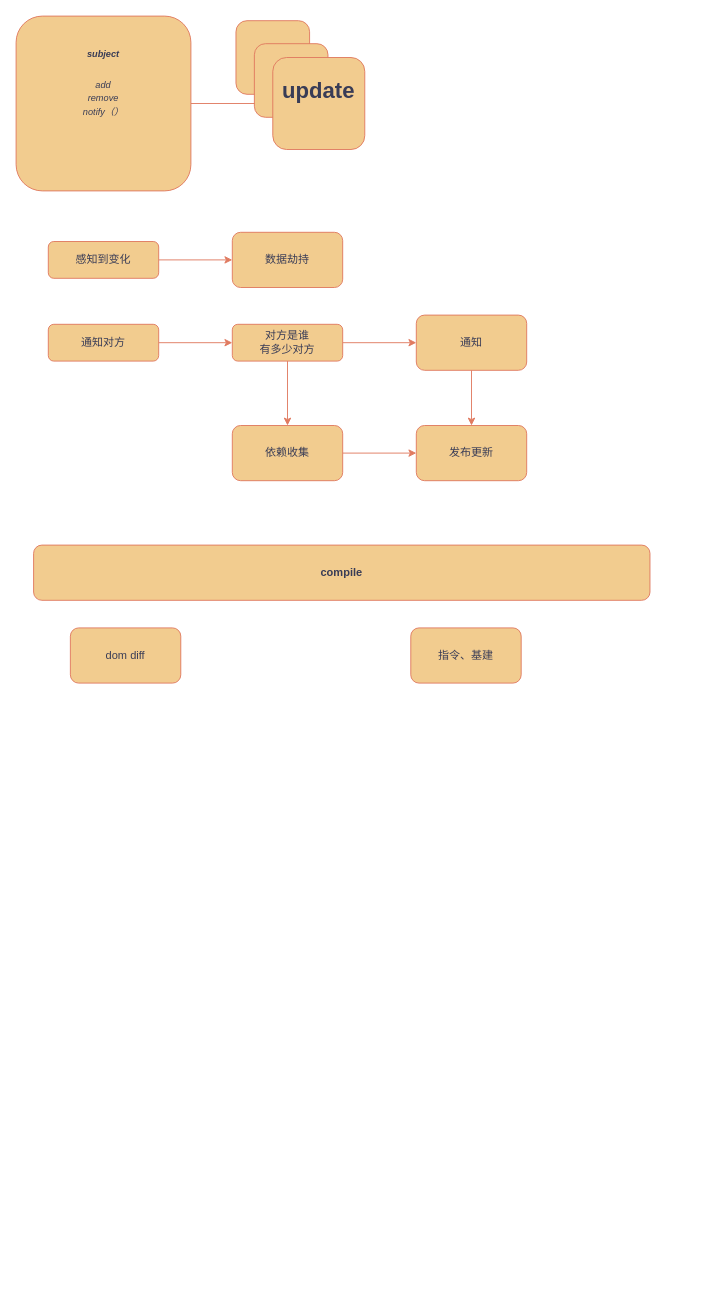
corn12138/material-kit-react keeps this draw.io diagram as public/未命名绘图.drawio. Above is the earlier version. Source tidied: cells renumbered, new cells numbered last; positions are measured from the earlier drawing's top-left corner, leaving out a move shared by most shapes. Both pictures are drawn from the tidied source at 92%, with x=0, y=0 at pixel (16, 16).
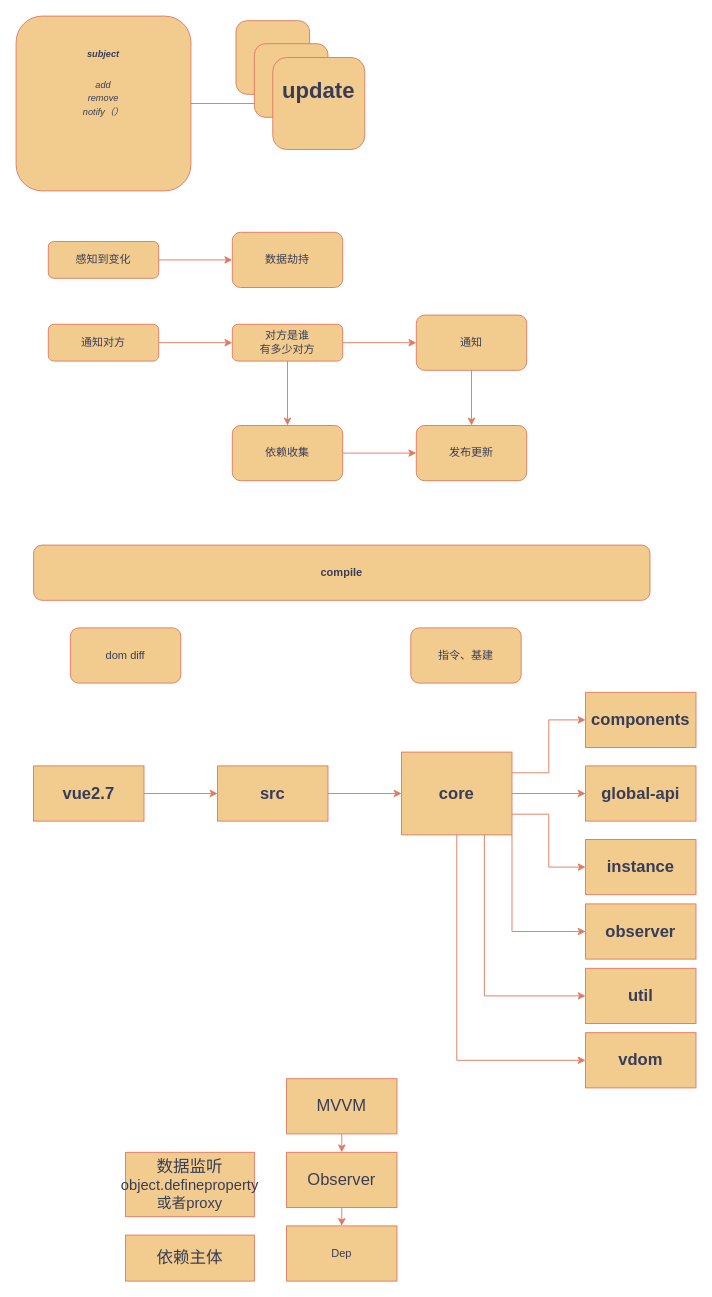
After the change.

Commit message (it also covers changes not shown here):
更新未命名绘图.drawio

The edit, as a diff of the source:
```diff
@@
+    <mxCell id="23" style="edgeStyle=orthogonalEdgeStyle;rounded=0;jettySize=auto;html=1;strokeColor=#E07A5F;fontColor=#393C56;fillColor=#F2CC8F;" parent="1" edge="1" source="24" target="26">
+      <mxGeometry relative="1" as="geometry" />
+    </mxCell>
+    <mxCell id="24" value="&lt;font style=&quot;font-size: 18px;&quot;&gt;&lt;b&gt;vue2.7&lt;/b&gt;&lt;/font&gt;" style="rounded=0;whiteSpace=wrap;html=1;strokeColor=#E07A5F;fontColor=#393C56;fillColor=#F2CC8F;" parent="1" vertex="1">
+      <mxGeometry x="19" y="815" width="120" height="60" as="geometry" />
+    </mxCell>
+    <mxCell id="25" style="edgeStyle=orthogonalEdgeStyle;rounded=0;jettySize=auto;html=1;strokeColor=#E07A5F;fontColor=#393C56;fillColor=#F2CC8F;" parent="1" edge="1" source="26" target="33">
+      <mxGeometry relative="1" as="geometry" />
+    </mxCell>
+    <mxCell id="26" value="&lt;font style=&quot;font-size: 18px;&quot;&gt;&lt;b&gt;src&lt;/b&gt;&lt;/font&gt;" style="rounded=0;whiteSpace=wrap;html=1;strokeColor=#E07A5F;fontColor=#393C56;fillColor=#F2CC8F;" parent="1" vertex="1">
+      <mxGeometry x="219" y="815" width="120" height="60" as="geometry" />
+    </mxCell>
+    <mxCell id="27" style="edgeStyle=orthogonalEdgeStyle;rounded=0;jettySize=auto;html=1;strokeColor=#E07A5F;fontColor=#393C56;fillColor=#F2CC8F;" parent="1" edge="1" source="33" target="34">
+      <mxGeometry relative="1" as="geometry" />
+    </mxCell>
+    <mxCell id="28" style="edgeStyle=orthogonalEdgeStyle;rounded=0;jettySize=auto;html=1;exitX=1;exitY=0.75;exitDx=0;exitDy=0;entryX=0;entryY=0.5;entryDx=0;entryDy=0;strokeColor=#E07A5F;fontColor=#393C56;fillColor=#F2CC8F;" parent="1" edge="1" source="33" target="36">
+      <mxGeometry relative="1" as="geometry" />
+    </mxCell>
+    <mxCell id="29" style="edgeStyle=orthogonalEdgeStyle;rounded=0;jettySize=auto;html=1;exitX=1;exitY=0.25;exitDx=0;exitDy=0;entryX=0;entryY=0.5;entryDx=0;entryDy=0;strokeColor=#E07A5F;fontColor=#393C56;fillColor=#F2CC8F;" parent="1" edge="1" source="33" target="35">
+      <mxGeometry relative="1" as="geometry" />
+    </mxCell>
+    <mxCell id="30" style="edgeStyle=orthogonalEdgeStyle;rounded=0;jettySize=auto;html=1;exitX=1;exitY=1;exitDx=0;exitDy=0;strokeColor=#E07A5F;fontColor=#393C56;fillColor=#F2CC8F;entryX=0;entryY=0.5;entryDx=0;entryDy=0;" parent="1" edge="1" source="33" target="38">
+      <mxGeometry relative="1" as="geometry" />
+    </mxCell>
+    <mxCell id="31" style="edgeStyle=orthogonalEdgeStyle;rounded=0;jettySize=auto;html=1;exitX=0.75;exitY=1;exitDx=0;exitDy=0;entryX=0;entryY=0.5;entryDx=0;entryDy=0;strokeColor=#E07A5F;fontColor=#393C56;fillColor=#F2CC8F;" parent="1" edge="1" source="33" target="37">
+      <mxGeometry relative="1" as="geometry" />
+    </mxCell>
+    <mxCell id="32" style="edgeStyle=orthogonalEdgeStyle;rounded=0;jettySize=auto;html=1;exitX=0.5;exitY=1;exitDx=0;exitDy=0;entryX=0;entryY=0.5;entryDx=0;entryDy=0;strokeColor=#E07A5F;fontColor=#393C56;fillColor=#F2CC8F;" parent="1" edge="1" source="33" target="39">
+      <mxGeometry relative="1" as="geometry" />
+    </mxCell>
+    <mxCell id="33" value="&lt;font style=&quot;font-size: 18px;&quot;&gt;&lt;b&gt;core&lt;/b&gt;&lt;/font&gt;" style="rounded=0;whiteSpace=wrap;html=1;strokeColor=#E07A5F;fontColor=#393C56;fillColor=#F2CC8F;" parent="1" vertex="1">
+      <mxGeometry x="419" y="800" width="120" height="90" as="geometry" />
+    </mxCell>
+    <mxCell id="34" value="&lt;span style=&quot;font-size: 18px;&quot;&gt;&lt;b&gt;global-api&lt;/b&gt;&lt;/span&gt;" style="rounded=0;whiteSpace=wrap;html=1;strokeColor=#E07A5F;fontColor=#393C56;fillColor=#F2CC8F;" parent="1" vertex="1">
+      <mxGeometry x="619" y="815" width="120" height="60" as="geometry" />
+    </mxCell>
+    <mxCell id="35" value="&lt;span style=&quot;font-size: 18px;&quot;&gt;&lt;b&gt;components&lt;/b&gt;&lt;/span&gt;" style="rounded=0;whiteSpace=wrap;html=1;strokeColor=#E07A5F;fontColor=#393C56;fillColor=#F2CC8F;" parent="1" vertex="1">
+      <mxGeometry x="619" y="735" width="120" height="60" as="geometry" />
+    </mxCell>
+    <mxCell id="36" value="&lt;span style=&quot;font-size: 18px;&quot;&gt;&lt;b&gt;instance&lt;/b&gt;&lt;/span&gt;" style="rounded=0;whiteSpace=wrap;html=1;strokeColor=#E07A5F;fontColor=#393C56;fillColor=#F2CC8F;" parent="1" vertex="1">
+      <mxGeometry x="619" y="895" width="120" height="60" as="geometry" />
+    </mxCell>
+    <mxCell id="37" value="&lt;span style=&quot;font-size: 18px;&quot;&gt;&lt;b&gt;util&lt;/b&gt;&lt;/span&gt;" style="rounded=0;whiteSpace=wrap;html=1;strokeColor=#E07A5F;fontColor=#393C56;fillColor=#F2CC8F;" parent="1" vertex="1">
+      <mxGeometry x="619" y="1035" width="120" height="60" as="geometry" />
+    </mxCell>
+    <mxCell id="38" value="&lt;span style=&quot;font-size: 18px;&quot;&gt;&lt;b&gt;observer&lt;/b&gt;&lt;/span&gt;" style="rounded=0;whiteSpace=wrap;html=1;strokeColor=#E07A5F;fontColor=#393C56;fillColor=#F2CC8F;" parent="1" vertex="1">
+      <mxGeometry x="619" y="965" width="120" height="60" as="geometry" />
+    </mxCell>
+    <mxCell id="39" value="&lt;span style=&quot;font-size: 18px;&quot;&gt;&lt;b&gt;vdom&lt;/b&gt;&lt;/span&gt;" style="rounded=0;whiteSpace=wrap;html=1;strokeColor=#E07A5F;fontColor=#393C56;fillColor=#F2CC8F;" parent="1" vertex="1">
+      <mxGeometry x="619" y="1105" width="120" height="60" as="geometry" />
+    </mxCell>
+    <mxCell id="40" style="edgeStyle=orthogonalEdgeStyle;rounded=0;jettySize=auto;html=1;exitX=0.5;exitY=1;exitDx=0;exitDy=0;entryX=0.5;entryY=0;entryDx=0;entryDy=0;strokeColor=#E07A5F;fontColor=#393C56;fillColor=#F2CC8F;" parent="1" edge="1" source="41" target="44">
+      <mxGeometry relative="1" as="geometry" />
+    </mxCell>
+    <mxCell id="41" value="&lt;font style=&quot;font-size: 18px;&quot;&gt;MVVM&lt;/font&gt;" style="rounded=0;whiteSpace=wrap;html=1;strokeColor=#E07A5F;fontColor=#393C56;fillColor=#F2CC8F;" parent="1" vertex="1">
+      <mxGeometry x="294" y="1155" width="120" height="60" as="geometry" />
+    </mxCell>
+    <mxCell id="42" value="&lt;font style=&quot;font-size: 18px;&quot;&gt;数据监听&lt;/font&gt;&lt;div&gt;&lt;font size=&quot;3&quot;&gt;object.defineproperty或者proxy&lt;/font&gt;&lt;/div&gt;" style="rounded=0;whiteSpace=wrap;html=1;strokeColor=#E07A5F;fontColor=#393C56;fillColor=#F2CC8F;" parent="1" vertex="1">
+      <mxGeometry x="119" y="1235" width="140" height="70" as="geometry" />
+    </mxCell>
+    <mxCell id="43" style="edgeStyle=orthogonalEdgeStyle;rounded=0;jettySize=auto;html=1;exitX=0.5;exitY=1;exitDx=0;exitDy=0;entryX=0.5;entryY=0;entryDx=0;entryDy=0;strokeColor=#E07A5F;fontColor=#393C56;fillColor=#F2CC8F;" parent="1" edge="1" source="44" target="45">
+      <mxGeometry relative="1" as="geometry" />
+    </mxCell>
+    <mxCell id="44" value="&lt;font style=&quot;font-size: 18px;&quot;&gt;Observer&lt;/font&gt;" style="rounded=0;whiteSpace=wrap;html=1;strokeColor=#E07A5F;fontColor=#393C56;fillColor=#F2CC8F;" parent="1" vertex="1">
+      <mxGeometry x="294" y="1235" width="120" height="60" as="geometry" />
+    </mxCell>
+    <mxCell id="45" value="Dep" style="rounded=0;whiteSpace=wrap;html=1;strokeColor=#E07A5F;fontColor=#393C56;fillColor=#F2CC8F;" parent="1" vertex="1">
+      <mxGeometry x="294" y="1315" width="120" height="60" as="geometry" />
+    </mxCell>
+    <mxCell id="46" value="&lt;font style=&quot;font-size: 18px;&quot;&gt;依赖主体&lt;/font&gt;" style="rounded=0;whiteSpace=wrap;html=1;strokeColor=#E07A5F;fontColor=#393C56;fillColor=#F2CC8F;" parent="1" vertex="1">
+      <mxGeometry x="119" y="1325" width="140" height="50" as="geometry" />
+    </mxCell>
```
